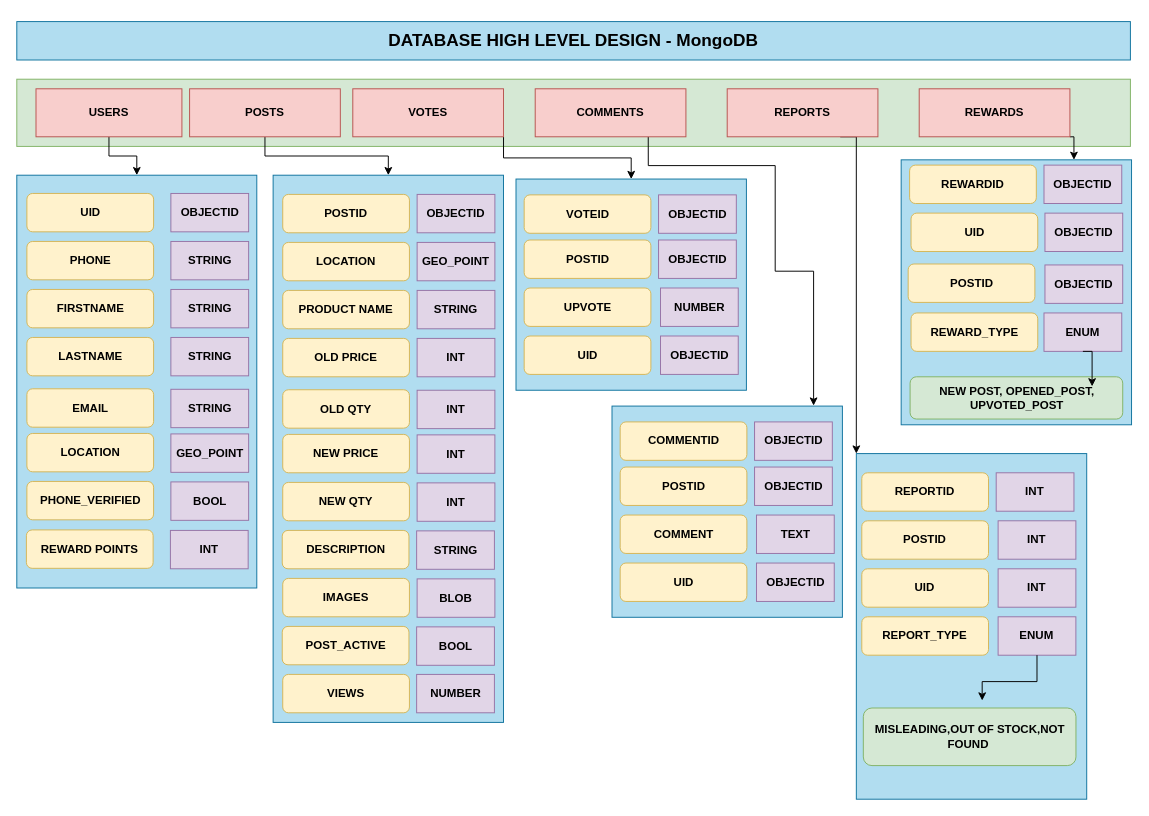
Above: page "DATABASE HIGH LEVEL DESIGN" (3 of 5) of rewards_app_system_design.drawio in NiharikaBalaga/rewarding-sale-app-docs (draw.io), before the change. Source tidied: cells renumbered, new cells numbered last; positions are measured from the earlier drawing's top-left corner, leaving out a move shared by most shapes. Both pictures are drawn from the tidied source at 96%, with x=0, y=0 at pixel (16, 21).
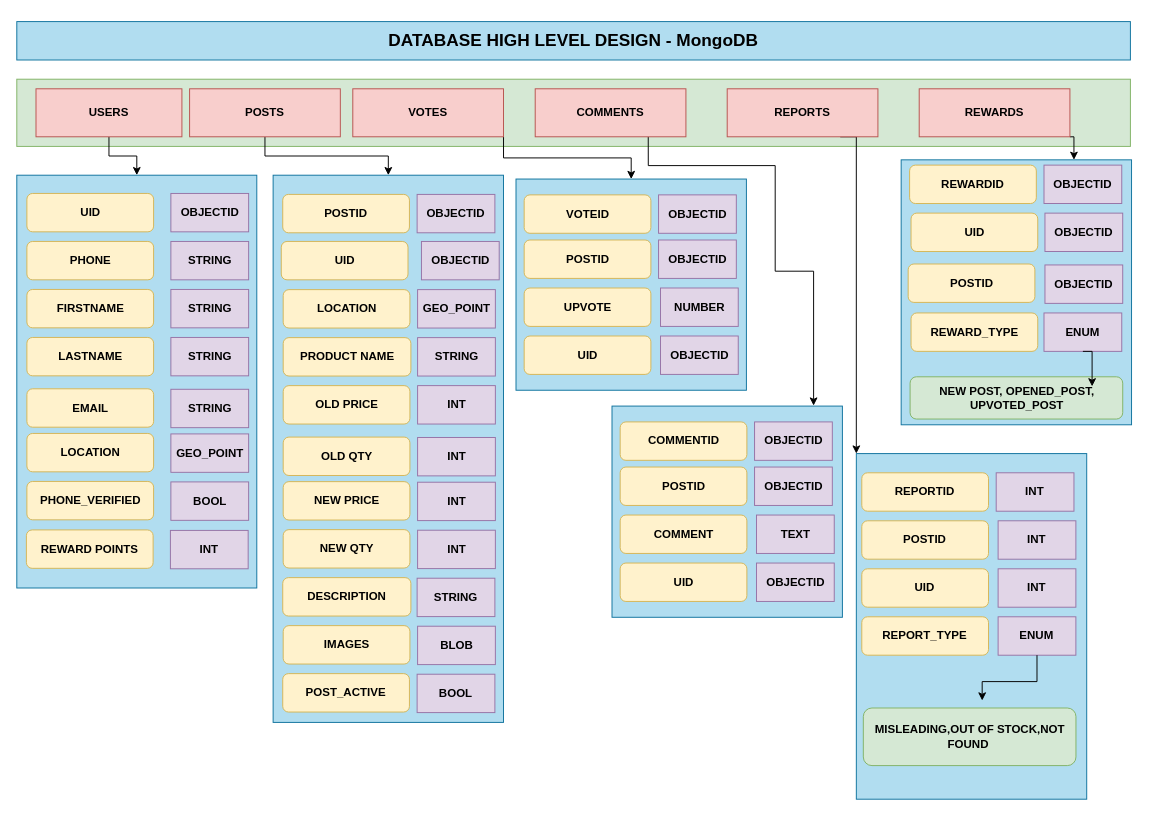
After the change.

Diff of the diagram source:
```diff
@@
     <mxCell id="31" value="&lt;h4&gt;LOCATION&lt;/h4&gt;" style="rounded=1;whiteSpace=wrap;html=1;fillColor=#fff2cc;strokeColor=#d6b656;" parent="1" vertex="1">
-      <mxGeometry x="277" y="230" width="132" height="40" as="geometry" />
+      <mxGeometry x="277.5" y="279.2" width="132" height="40" as="geometry" />
     </mxCell>
     <mxCell id="32" value="&lt;h4 style=&quot;border-color: var(--border-color);&quot;&gt;PRODUCT NAME&lt;/h4&gt;" style="rounded=1;whiteSpace=wrap;html=1;fillColor=#fff2cc;strokeColor=#d6b656;" parent="1" vertex="1">
-      <mxGeometry x="277" y="280" width="132" height="40" as="geometry" />
+      <mxGeometry x="277.5" y="329.2" width="133" height="40" as="geometry" />
     </mxCell>
     <mxCell id="33" value="&lt;h4&gt;OLD PRICE&lt;/h4&gt;" style="rounded=1;whiteSpace=wrap;html=1;fillColor=#fff2cc;strokeColor=#d6b656;" parent="1" vertex="1">
-      <mxGeometry x="277" y="330" width="132" height="40" as="geometry" />
+      <mxGeometry x="277.5" y="379.2" width="132" height="40" as="geometry" />
     </mxCell>
     <mxCell id="34" value="&lt;h4&gt;OLD QTY&lt;/h4&gt;" style="rounded=1;whiteSpace=wrap;html=1;fillColor=#fff2cc;strokeColor=#d6b656;" parent="1" vertex="1">
-      <mxGeometry x="277" y="383.5" width="132" height="40" as="geometry" />
+      <mxGeometry x="277.5" y="432.8" width="132" height="40" as="geometry" />
     </mxCell>
     <mxCell id="35" value="&lt;h4&gt;NEW PRICE&lt;/h4&gt;" style="rounded=1;whiteSpace=wrap;html=1;fillColor=#fff2cc;strokeColor=#d6b656;" parent="1" vertex="1">
-      <mxGeometry x="277" y="430" width="132" height="40" as="geometry" />
+      <mxGeometry x="277.5" y="479.2" width="132" height="40" as="geometry" />
     </mxCell>
     <mxCell id="36" value="&lt;h4&gt;NEW QTY&lt;/h4&gt;" style="rounded=1;whiteSpace=wrap;html=1;fillColor=#fff2cc;strokeColor=#d6b656;" parent="1" vertex="1">
-      <mxGeometry x="277" y="480" width="132" height="40" as="geometry" />
+      <mxGeometry x="277.5" y="529.2" width="132" height="40" as="geometry" />
     </mxCell>
@@
     <mxCell id="38" value="&lt;h4 style=&quot;border-color: var(--border-color);&quot;&gt;GEO_POINT&lt;/h4&gt;" style="rounded=0;whiteSpace=wrap;html=1;fillColor=#e1d5e7;strokeColor=#9673a6;" parent="1" vertex="1">
-      <mxGeometry x="417" y="230" width="81" height="40" as="geometry" />
+      <mxGeometry x="417.5" y="279.2" width="81" height="40" as="geometry" />
     </mxCell>
     <mxCell id="39" value="&lt;h4&gt;INT&lt;/h4&gt;" style="rounded=0;whiteSpace=wrap;html=1;fillColor=#e1d5e7;strokeColor=#9673a6;" parent="1" vertex="1">
-      <mxGeometry x="417" y="430.5" width="81" height="40" as="geometry" />
+      <mxGeometry x="417.5" y="479.8" width="81" height="40" as="geometry" />
     </mxCell>
     <mxCell id="40" value="&lt;h4&gt;STRING&lt;/h4&gt;" style="rounded=0;whiteSpace=wrap;html=1;fillColor=#e1d5e7;strokeColor=#9673a6;" parent="1" vertex="1">
-      <mxGeometry x="417" y="280" width="81" height="40" as="geometry" />
+      <mxGeometry x="417.5" y="329.2" width="81" height="40" as="geometry" />
     </mxCell>
     <mxCell id="41" value="&lt;h4&gt;INT&lt;/h4&gt;" style="rounded=0;whiteSpace=wrap;html=1;fillColor=#e1d5e7;strokeColor=#9673a6;" parent="1" vertex="1">
-      <mxGeometry x="417" y="330" width="81" height="40" as="geometry" />
+      <mxGeometry x="417.5" y="379.2" width="81" height="40" as="geometry" />
     </mxCell>
     <mxCell id="42" value="&lt;h4&gt;INT&lt;/h4&gt;" style="rounded=0;whiteSpace=wrap;html=1;fillColor=#e1d5e7;strokeColor=#9673a6;" parent="1" vertex="1">
-      <mxGeometry x="417" y="384" width="81" height="40" as="geometry" />
+      <mxGeometry x="417.5" y="433.2" width="81" height="40" as="geometry" />
     </mxCell>
     <mxCell id="43" value="&lt;h4&gt;INT&lt;/h4&gt;" style="rounded=0;whiteSpace=wrap;html=1;fillColor=#e1d5e7;strokeColor=#9673a6;" parent="1" vertex="1">
-      <mxGeometry x="417" y="480.5" width="81" height="40" as="geometry" />
+      <mxGeometry x="417.5" y="529.8" width="81" height="40" as="geometry" />
     </mxCell>
     <mxCell id="44" value="&lt;h4&gt;DESCRIPTION&lt;/h4&gt;" style="rounded=1;whiteSpace=wrap;html=1;fillColor=#fff2cc;strokeColor=#d6b656;" parent="1" vertex="1">
-      <mxGeometry x="276.5" y="530" width="132" height="40" as="geometry" />
+      <mxGeometry x="277" y="579.2" width="133.5" height="40" as="geometry" />
     </mxCell>
     <mxCell id="45" value="&lt;h4&gt;STRING&lt;/h4&gt;" style="rounded=0;whiteSpace=wrap;html=1;fillColor=#e1d5e7;strokeColor=#9673a6;" parent="1" vertex="1">
-      <mxGeometry x="416.5" y="530.5" width="81" height="40" as="geometry" />
+      <mxGeometry x="417" y="579.8" width="81" height="40" as="geometry" />
     </mxCell>
     <mxCell id="46" value="&lt;h4&gt;IMAGES&lt;/h4&gt;" style="rounded=1;whiteSpace=wrap;html=1;fillColor=#fff2cc;strokeColor=#d6b656;" parent="1" vertex="1">
-      <mxGeometry x="277" y="580" width="132" height="40" as="geometry" />
+      <mxGeometry x="277.5" y="629.2" width="132" height="40" as="geometry" />
     </mxCell>
     <mxCell id="47" value="&lt;h4&gt;BLOB&lt;/h4&gt;" style="rounded=0;whiteSpace=wrap;html=1;fillColor=#e1d5e7;strokeColor=#9673a6;" parent="1" vertex="1">
-      <mxGeometry x="417" y="580.5" width="81" height="40" as="geometry" />
+      <mxGeometry x="417.5" y="629.8" width="81" height="40" as="geometry" />
     </mxCell>
@@
     <mxCell id="78" value="&lt;h4&gt;POST_ACTIVE&lt;/h4&gt;" style="rounded=1;whiteSpace=wrap;html=1;fillColor=#fff2cc;strokeColor=#d6b656;" parent="1" vertex="1">
-      <mxGeometry x="276.5" y="630" width="132" height="40" as="geometry" />
+      <mxGeometry x="277" y="679.2" width="132" height="40" as="geometry" />
     </mxCell>
     <mxCell id="79" value="&lt;h4&gt;BOOL&lt;/h4&gt;" style="rounded=0;whiteSpace=wrap;html=1;fillColor=#e1d5e7;strokeColor=#9673a6;" parent="1" vertex="1">
-      <mxGeometry x="416.5" y="630.5" width="81" height="40" as="geometry" />
+      <mxGeometry x="417" y="679.8" width="81" height="40" as="geometry" />
     </mxCell>
@@
-    <mxCell id="83" value="&lt;h4&gt;VIEWS&lt;/h4&gt;" style="rounded=1;whiteSpace=wrap;html=1;fillColor=#fff2cc;strokeColor=#d6b656;" parent="1" vertex="1">
-      <mxGeometry x="277" y="680" width="132" height="40" as="geometry" />
-    </mxCell>
-    <mxCell id="84" value="&lt;h4&gt;NUMBER&lt;/h4&gt;" style="rounded=0;whiteSpace=wrap;html=1;fillColor=#e1d5e7;strokeColor=#9673a6;" parent="1" vertex="1">
-      <mxGeometry x="416.5" y="680" width="81" height="40" as="geometry" />
-    </mxCell>
@@
+    <mxCell id="96" value="&lt;h4&gt;UID&lt;/h4&gt;" style="rounded=1;whiteSpace=wrap;html=1;fillColor=#fff2cc;strokeColor=#d6b656;" parent="1" vertex="1">
+      <mxGeometry x="275.5" y="229" width="132" height="40" as="geometry" />
+    </mxCell>
+    <mxCell id="97" value="&lt;h4&gt;OBJECTID&lt;/h4&gt;" style="rounded=0;whiteSpace=wrap;html=1;fillColor=#e1d5e7;strokeColor=#9673a6;" parent="1" vertex="1">
+      <mxGeometry x="421.5" y="229" width="81" height="40" as="geometry" />
+    </mxCell>
```
